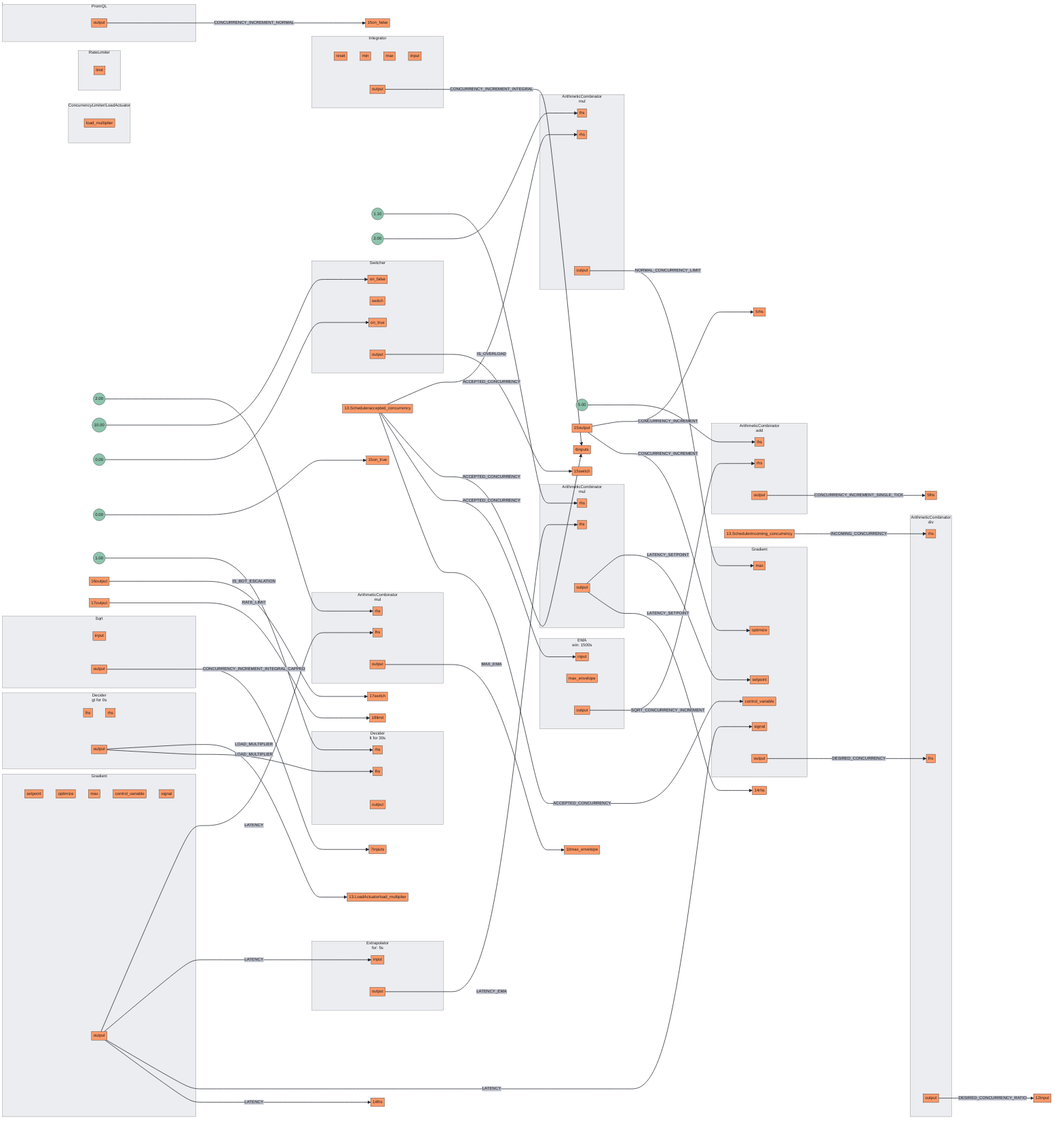
The Mermaid diagram docs/content/tutorials/flow-control/rate-limiting/assets/dynamic-rate-limiting/dynamic-rate-limiting.mmd.png in dataongunlaws/aperture, before a commit. Its source is kept beside it as docs/content/tutorials/flow-control/rate-limiting/assets/dynamic-rate-limiting/dynamic-rate-limiting.mmd. Its diagram source:
```mermaid
flowchart LR
subgraph 0[<center>ArithmeticCombinator<br/>mul</center>]
subgraph 0_inports[ ]
style 0_inports fill:none,stroke:none
0lhs[lhs]
0rhs[rhs]
end
subgraph 0_outports[ ]
style 0_outports fill:none,stroke:none
0output[output]
end
end
FakeConstant0((2.00))
FakeConstant0 --> 0rhs
subgraph 1[<center>ArithmeticCombinator<br/>mul</center>]
subgraph 1_inports[ ]
style 1_inports fill:none,stroke:none
1lhs[lhs]
1rhs[rhs]
end
subgraph 1_outports[ ]
style 1_outports fill:none,stroke:none
1output[output]
end
end
FakeConstant1((1.10))
FakeConstant1 --> 1rhs
subgraph 2[<center>ArithmeticCombinator<br/>div</center>]
subgraph 2_inports[ ]
style 2_inports fill:none,stroke:none
2rhs[rhs]
2lhs[lhs]
end
subgraph 2_outports[ ]
style 2_outports fill:none,stroke:none
2output[output]
end
end
subgraph 3[<center>ArithmeticCombinator<br/>mul</center>]
subgraph 3_inports[ ]
style 3_inports fill:none,stroke:none
3lhs[lhs]
3rhs[rhs]
end
subgraph 3_outports[ ]
style 3_outports fill:none,stroke:none
3output[output]
end
end
FakeConstant2((2.00))
FakeConstant2 --> 3lhs
subgraph 4[<center>ArithmeticCombinator<br/>add</center>]
subgraph 4_inports[ ]
style 4_inports fill:none,stroke:none
4lhs[lhs]
4rhs[rhs]
end
subgraph 4_outports[ ]
style 4_outports fill:none,stroke:none
4output[output]
end
end
FakeConstant3((5.00))
FakeConstant3 --> 4lhs
subgraph 5[Integrator]
subgraph 5_inports[ ]
style 5_inports fill:none,stroke:none
5reset[reset]
5min[min]
5max[max]
5input[input]
end
subgraph 5_outports[ ]
style 5_outports fill:none,stroke:none
5output[output]
end
end
subgraph 6[Sqrt]
subgraph 6_inports[ ]
style 6_inports fill:none,stroke:none
6input[input]
end
subgraph 6_outports[ ]
style 6_outports fill:none,stroke:none
6output[output]
end
end
subgraph 7[PromQL]
subgraph 7_outports[ ]
style 7_outports fill:none,stroke:none
7output[output]
end
end
subgraph 8[<center>EMA<br/>win: 1500s</center>]
subgraph 8_inports[ ]
style 8_inports fill:none,stroke:none
8input[input]
8max_envelope[max_envelope]
end
subgraph 8_outports[ ]
style 8_outports fill:none,stroke:none
8output[output]
end
end
subgraph 9[Gradient]
subgraph 9_inports[ ]
style 9_inports fill:none,stroke:none
9setpoint[setpoint]
9optimize[optimize]
9max[max]
9control_variable[control_variable]
9signal[signal]
end
subgraph 9_outports[ ]
style 9_outports fill:none,stroke:none
9output[output]
end
end
subgraph 10[<center>Extrapolator<br/>for: 5s</center>]
subgraph 10_inports[ ]
style 10_inports fill:none,stroke:none
10input[input]
end
subgraph 10_outports[ ]
style 10_outports fill:none,stroke:none
10output[output]
end
end
subgraph 11[Gradient]
subgraph 11_inports[ ]
style 11_inports fill:none,stroke:none
11setpoint[setpoint]
11optimize[optimize]
11max[max]
11control_variable[control_variable]
11signal[signal]
end
subgraph 11_outports[ ]
style 11_outports fill:none,stroke:none
11output[output]
end
end
subgraph 11.LoadActuator[ConcurrencyLimiter/LoadActuator]
subgraph 11.LoadActuator_inports[ ]
style 11.LoadActuator_inports fill:none,stroke:none
11.LoadActuatorload_multiplier[load_multiplier]
end
end
subgraph 15[RateLimiter]
subgraph 15_inports[ ]
style 15_inports fill:none,stroke:none
15limit[limit]
end
end
subgraph 14[Switcher]
subgraph 14_inports[ ]
style 14_inports fill:none,stroke:none
14on_false[on_false]
14switch[switch]
14on_true[on_true]
end
subgraph 14_outports[ ]
style 14_outports fill:none,stroke:none
14output[output]
end
end
FakeConstant4((10.00))
FakeConstant4 --> 14on_false
FakeConstant5((0.00))
FakeConstant5 --> 14on_true
subgraph 12[<center>Decider<br/>gt for 0s</center>]
subgraph 12_inports[ ]
style 12_inports fill:none,stroke:none
12lhs[lhs]
12rhs[rhs]
end
subgraph 12_outports[ ]
style 12_outports fill:none,stroke:none
12output[output]
end
end
FakeConstant7((0.00))
FakeConstant7 --> 15on_true
subgraph 16[<center>Decider<br/>lt for 30s</center>]
subgraph 16_inports[ ]
style 16_inports fill:none,stroke:none
16rhs[rhs]
16lhs[lhs]
end
subgraph 13_outports[ ]
style 13_outports fill:none,stroke:none
13output[output]
end
end
FakeConstant8((1.00))
FakeConstant8 --> 16rhs
7output --> |CONCURRENCY_INCREMENT_NORMAL| 15on_false
9output --> |LATENCY| 0lhs
9output --> |LATENCY| 10input
9output --> |LATENCY| 11signal
9output --> |LATENCY| 14lhs
11output --> |DESIRED_CONCURRENCY| 2lhs
13.Scheduleraccepted_concurrency --> |ACCEPTED_CONCURRENCY| 3rhs
13.Scheduleraccepted_concurrency --> |ACCEPTED_CONCURRENCY| 6inputs
13.Scheduleraccepted_concurrency --> |ACCEPTED_CONCURRENCY| 8input
13.Scheduleraccepted_concurrency --> |ACCEPTED_CONCURRENCY| 11control_variable
13.Schedulerincoming_concurrency --> |INCOMING_CONCURRENCY| 2rhs
2output --> |DESIRED_CONCURRENCY_RATIO| 12input
3output --> |NORMAL_CONCURRENCY_LIMIT| 11max
0output --> |MAX_EMA| 10max_envelope
1output --> |LATENCY_SETPOINT| 11setpoint
1output --> |LATENCY_SETPOINT| 14rhs
6output --> |CONCURRENCY_INCREMENT_INTEGRAL_CAPPED| 7inputs
10output --> |LATENCY_EMA| 1lhs
16output --> |IS_BOT_ESCALATION| 17switch
17output --> |RATE_LIMIT| 18limit
4output --> |CONCURRENCY_INCREMENT_SINGLE_TICK| 5lhs
5output --> |CONCURRENCY_INCREMENT_INTEGRAL| 6inputs
8output --> |SQRT_CONCURRENCY_INCREMENT| 4rhs
12output --> |LOAD_MULTIPLIER| 13.LoadActuatorload_multiplier
12output --> |LOAD_MULTIPLIER| 16lhs
14output --> |IS_OVERLOAD| 15switch
15output --> |CONCURRENCY_INCREMENT| 5rhs
15output --> |CONCURRENCY_INCREMENT| 11optimize
```
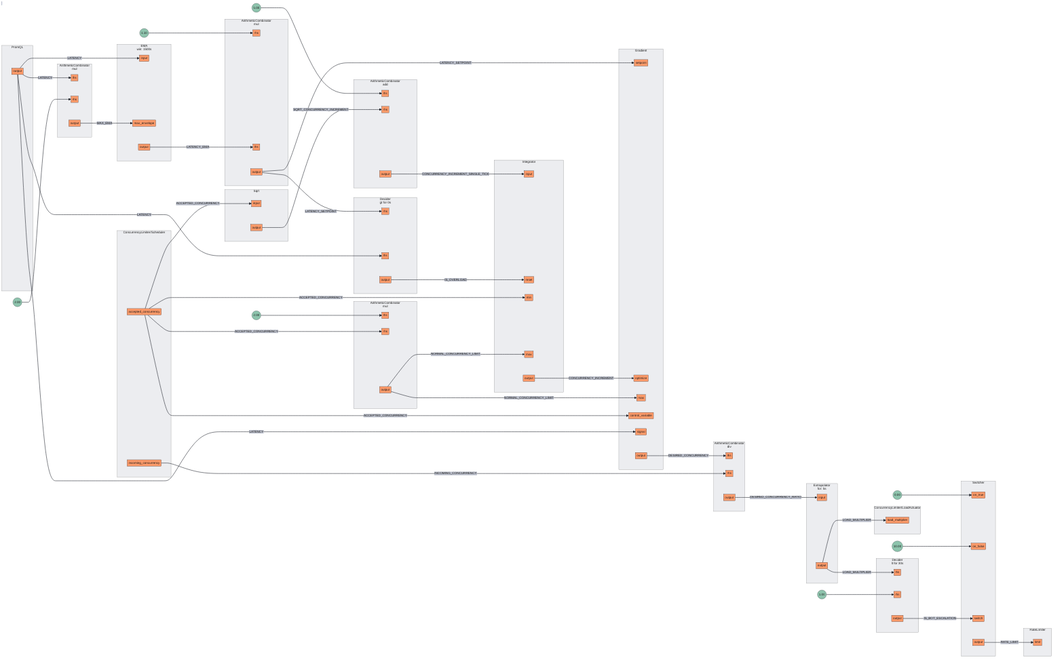
Later version of the same file.

The edit, as a diff of the source:
```diff
@@ -15,8 +15,8 @@
 subgraph 1[<center>ArithmeticCombinator<br/>mul</center>]
 subgraph 1_inports[ ]
 style 1_inports fill:none,stroke:none
+1rhs[rhs]
 1lhs[lhs]
-1rhs[rhs]
 end
 subgraph 1_outports[ ]
 style 1_outports fill:none,stroke:none
@@ -28,8 +28,8 @@
 subgraph 2[<center>ArithmeticCombinator<br/>div</center>]
 subgraph 2_inports[ ]
 style 2_inports fill:none,stroke:none
+2lhs[lhs]
 2rhs[rhs]
-2lhs[lhs]
 end
 subgraph 2_outports[ ]
 style 2_outports fill:none,stroke:none
@@ -65,10 +65,10 @@
 subgraph 5[Integrator]
 subgraph 5_inports[ ]
 style 5_inports fill:none,stroke:none
+5input[input]
 5reset[reset]
 5min[min]
 5max[max]
-5input[input]
 end
 subgraph 5_outports[ ]
 style 5_outports fill:none,stroke:none
@@ -126,18 +126,11 @@
 10output[output]
 end
 end
-subgraph 11[Gradient]
-subgraph 11_inports[ ]
-style 11_inports fill:none,stroke:none
-11setpoint[setpoint]
-11optimize[optimize]
-11max[max]
-11control_variable[control_variable]
-11signal[signal]
-end
-subgraph 11_outports[ ]
-style 11_outports fill:none,stroke:none
-11output[output]
+subgraph 11.Scheduler[ConcurrencyLimiter/Scheduler]
+subgraph 11.Scheduler_outports[ ]
+style 11.Scheduler_outports fill:none,stroke:none
+11.Scheduleraccepted_concurrency[accepted_concurrency]
+11.Schedulerincoming_concurrency[incoming_concurrency]
 end
 end
 subgraph 11.LoadActuator[ConcurrencyLimiter/LoadActuator]
@@ -155,70 +148,65 @@
 subgraph 14[Switcher]
 subgraph 14_inports[ ]
 style 14_inports fill:none,stroke:none
+14on_true[on_true]
 14on_false[on_false]
 14switch[switch]
-14on_true[on_true]
 end
 subgraph 14_outports[ ]
 style 14_outports fill:none,stroke:none
 14output[output]
 end
 end
-FakeConstant4((10.00))
-FakeConstant4 --> 14on_false
-FakeConstant5((0.00))
-FakeConstant5 --> 14on_true
+FakeConstant4((0.00))
+FakeConstant4 --> 14on_true
+FakeConstant5((10.00))
+FakeConstant5 --> 14on_false
 subgraph 12[<center>Decider<br/>gt for 0s</center>]
 subgraph 12_inports[ ]
 style 12_inports fill:none,stroke:none
+12rhs[rhs]
 12lhs[lhs]
-12rhs[rhs]
 end
 subgraph 12_outports[ ]
 style 12_outports fill:none,stroke:none
 12output[output]
 end
 end
-FakeConstant7((0.00))
-FakeConstant7 --> 15on_true
-subgraph 16[<center>Decider<br/>lt for 30s</center>]
-subgraph 16_inports[ ]
-style 16_inports fill:none,stroke:none
-16rhs[rhs]
-16lhs[lhs]
+subgraph 13[<center>Decider<br/>lt for 30s</center>]
+subgraph 13_inports[ ]
+style 13_inports fill:none,stroke:none
+13lhs[lhs]
+13rhs[rhs]
 end
 subgraph 13_outports[ ]
 style 13_outports fill:none,stroke:none
 13output[output]
 end
 end
-FakeConstant8((1.00))
-FakeConstant8 --> 16rhs
-7output --> |CONCURRENCY_INCREMENT_NORMAL| 15on_false
-9output --> |LATENCY| 0lhs
-9output --> |LATENCY| 10input
-9output --> |LATENCY| 11signal
-9output --> |LATENCY| 14lhs
-11output --> |DESIRED_CONCURRENCY| 2lhs
-13.Scheduleraccepted_concurrency --> |ACCEPTED_CONCURRENCY| 3rhs
-13.Scheduleraccepted_concurrency --> |ACCEPTED_CONCURRENCY| 6inputs
-13.Scheduleraccepted_concurrency --> |ACCEPTED_CONCURRENCY| 8input
-13.Scheduleraccepted_concurrency --> |ACCEPTED_CONCURRENCY| 11control_variable
-13.Schedulerincoming_concurrency --> |INCOMING_CONCURRENCY| 2rhs
-2output --> |DESIRED_CONCURRENCY_RATIO| 12input
-3output --> |NORMAL_CONCURRENCY_LIMIT| 11max
-0output --> |MAX_EMA| 10max_envelope
-1output --> |LATENCY_SETPOINT| 11setpoint
-1output --> |LATENCY_SETPOINT| 14rhs
-6output --> |CONCURRENCY_INCREMENT_INTEGRAL_CAPPED| 7inputs
-10output --> |LATENCY_EMA| 1lhs
-16output --> |IS_BOT_ESCALATION| 17switch
-17output --> |RATE_LIMIT| 18limit
-4output --> |CONCURRENCY_INCREMENT_SINGLE_TICK| 5lhs
-5output --> |CONCURRENCY_INCREMENT_INTEGRAL| 6inputs
-8output --> |SQRT_CONCURRENCY_INCREMENT| 4rhs
-12output --> |LOAD_MULTIPLIER| 13.LoadActuatorload_multiplier
-12output --> |LOAD_MULTIPLIER| 16lhs
-14output --> |IS_OVERLOAD| 15switch
-15output --> |CONCURRENCY_INCREMENT| 5rhs
-15output --> |CONCURRENCY_INCREMENT| 11optimize
+FakeConstant6((1.00))
+FakeConstant6 --> 13rhs
+3output --> |NORMAL_CONCURRENCY_LIMIT| 5max
+3output --> |NORMAL_CONCURRENCY_LIMIT| 9max
+9output --> |DESIRED_CONCURRENCY| 2lhs
+6output --> |SQRT_CONCURRENCY_INCREMENT| 4rhs
+8output --> |LATENCY_EMA| 1lhs
+11.Schedulerincoming_concurrency --> |INCOMING_CONCURRENCY| 2rhs
+12output --> |IS_OVERLOAD| 5reset
+14output --> |RATE_LIMIT| 15limit
+1output --> |LATENCY_SETPOINT| 9setpoint
+1output --> |LATENCY_SETPOINT| 12rhs
+4output --> |CONCURRENCY_INCREMENT_SINGLE_TICK| 5input
+5output --> |CONCURRENCY_INCREMENT| 9optimize
+13output --> |IS_BOT_ESCALATION| 14switch
+0output --> |MAX_EMA| 8max_envelope
+2output --> |DESIRED_CONCURRENCY_RATIO| 10input
+7output --> |LATENCY| 0lhs
+7output --> |LATENCY| 8input
+7output --> |LATENCY| 9signal
+7output --> |LATENCY| 12lhs
+10output --> |LOAD_MULTIPLIER| 11.LoadActuatorload_multiplier
+10output --> |LOAD_MULTIPLIER| 13lhs
+11.Scheduleraccepted_concurrency --> |ACCEPTED_CONCURRENCY| 3rhs
+11.Scheduleraccepted_concurrency --> |ACCEPTED_CONCURRENCY| 5min
+11.Scheduleraccepted_concurrency --> |ACCEPTED_CONCURRENCY| 6input
+11.Scheduleraccepted_concurrency --> |ACCEPTED_CONCURRENCY| 9control_variable
```
